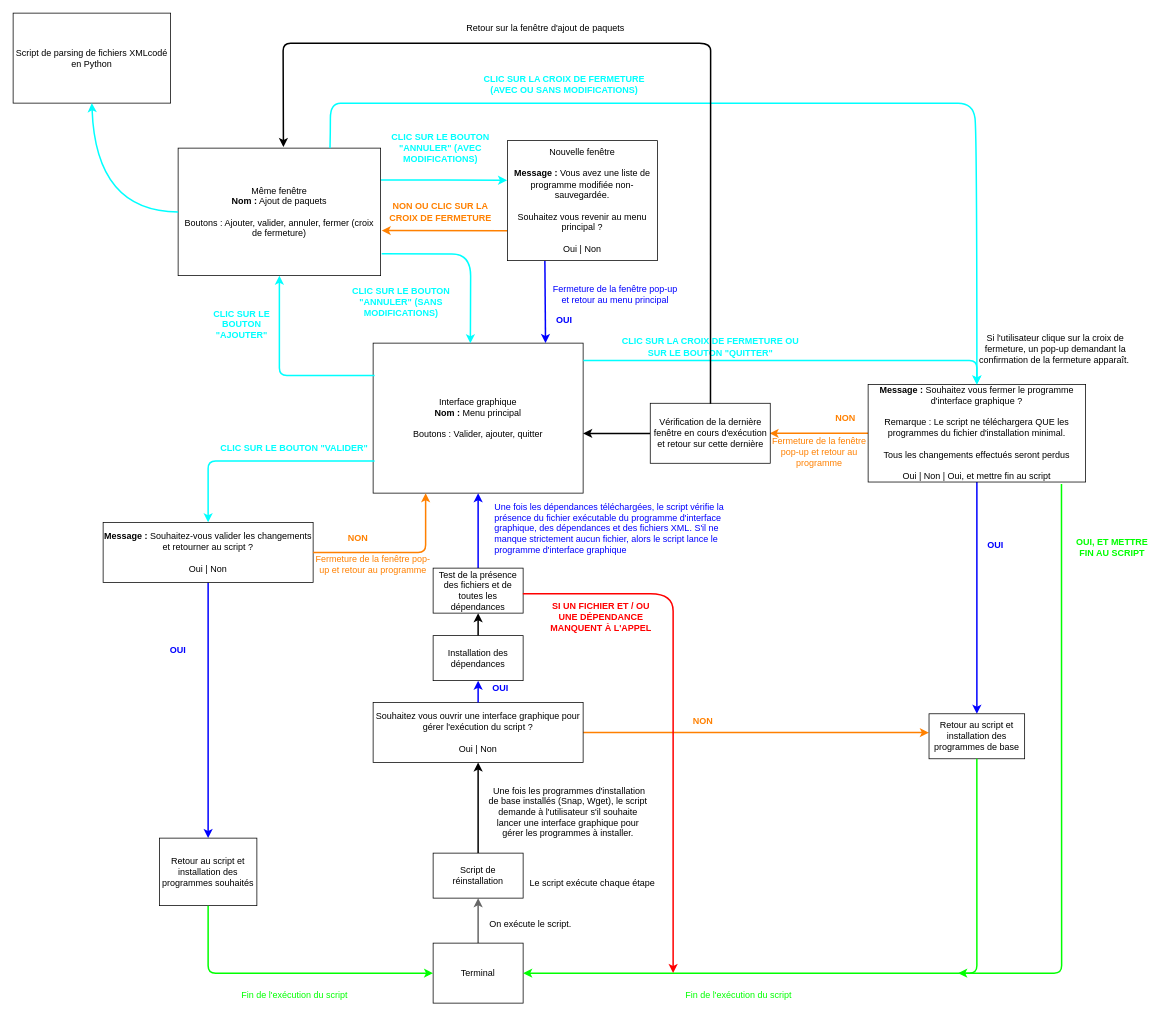
Before: Graphiques/UI/Interface graphique.drawio in DimitriObeid/Linux-reinstall, a draw.io diagram. Source tidied: cells renumbered, new cells numbered last; positions are measured from the earlier drawing's top-left corner, leaving out a move shared by most shapes. Both pictures are drawn from the tidied source at 75%, with x=0, y=0 at pixel (13, 13).
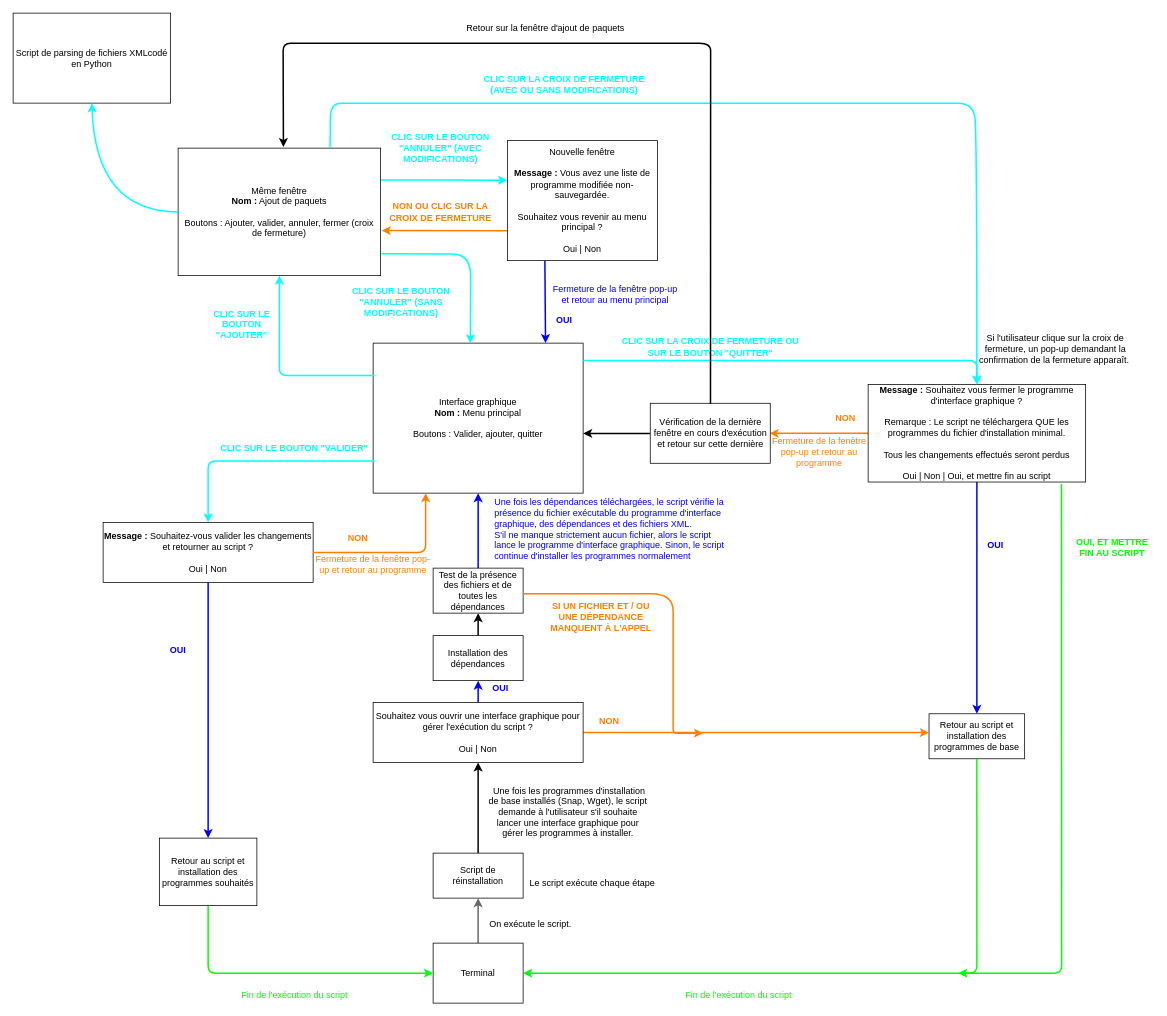
The same page after the edit.

Commit message (it also covers changes not shown here):
Légères modifications apportées sur le README et l'algorigramme de l'interface graphique

The change refers to these unchanged cells:
```xml
<mxCell id="53" value="Test de la présence des fichiers et de toutes les dépendances" style="rounded=0;whiteSpace=wrap;html=1;" parent="1" vertex="1">
  <mxGeometry x="560" y="740" width="120" height="60" as="geometry" />
</mxCell>
```

Change to the diagram source:
```diff
@@
-    <mxCell id="12" value="&lt;font color=&quot;#0000ff&quot;&gt;Une fois les dépendances téléchargées, le script vérifie la présence du fichier exécutable du programme d'interface graphique, des dépendances et des fichiers XML. S'il ne manque strictement aucun fichier, alors le script lance le programme d'interface graphique&lt;/font&gt;" style="text;html=1;strokeColor=none;fillColor=none;align=left;verticalAlign=middle;whiteSpace=wrap;rounded=0;" parent="1" vertex="1">
-      <mxGeometry x="640" y="646.5" width="310" height="80" as="geometry" />
+    <mxCell id="12" value="&lt;font color=&quot;#0000ff&quot;&gt;Une fois les dépendances téléchargées, le script vérifie la présence du fichier exécutable du programme d'interface graphique, des dépendances et des fichiers XML.&lt;br&gt;S'il ne manque strictement aucun fichier, alors le script lance le programme d'interface graphique. Sinon, le script continue d'installer les programmes normalement&lt;/font&gt;" style="text;html=1;strokeColor=none;fillColor=none;align=left;verticalAlign=middle;whiteSpace=wrap;rounded=0;" parent="1" vertex="1">
+      <mxGeometry x="640" y="646.5" width="310" height="83.5" as="geometry" />
     </mxCell>
@@
     <mxCell id="25" value="&lt;b&gt;&lt;font color=&quot;#ff8000&quot;&gt;NON&lt;/font&gt;&lt;/b&gt;" style="text;html=1;strokeColor=none;fillColor=none;align=center;verticalAlign=middle;whiteSpace=wrap;rounded=0;" parent="1" vertex="1">
-      <mxGeometry x="900" y="934" width="40" height="20" as="geometry" />
+      <mxGeometry x="775" y="934.2" width="40" height="20" as="geometry" />
     </mxCell>
@@
-    <mxCell id="54" value="&lt;b&gt;&lt;font color=&quot;#ff0000&quot;&gt;SI UN FICHIER ET / OU UNE DÉPENDANCE MANQUENT À L'APPEL&lt;/font&gt;&lt;/b&gt;" style="text;html=1;strokeColor=none;fillColor=none;align=center;verticalAlign=middle;whiteSpace=wrap;rounded=0;" parent="1" vertex="1">
+    <mxCell id="54" value="&lt;b&gt;&lt;font color=&quot;#ff8000&quot;&gt;SI UN FICHIER ET / OU UNE DÉPENDANCE MANQUENT À L'APPEL&lt;/font&gt;&lt;/b&gt;" style="text;html=1;strokeColor=none;fillColor=none;align=center;verticalAlign=middle;whiteSpace=wrap;rounded=0;" parent="1" vertex="1">
       <mxGeometry x="709" y="779" width="150" height="51" as="geometry" />
     </mxCell>
@@
-    <mxCell id="60" style="curved=1;endArrow=classic;html=1;strokeColor=#FF0000;strokeWidth=2;exitX=0.997;exitY=0.569;exitDx=0;exitDy=0;exitPerimeter=0;" parent="1" edge="1" source="53">
+    <mxCell id="60" style="curved=1;endArrow=classic;html=1;strokeColor=#FF8000;strokeWidth=2;exitX=0.997;exitY=0.569;exitDx=0;exitDy=0;exitPerimeter=0;" parent="1" edge="1" source="53">
       <mxGeometry relative="1" as="geometry">
-        <mxPoint x="880" y="1280" as="targetPoint" />
+        <mxPoint x="920" y="960" as="targetPoint" />
         <Array as="points">
           <mxPoint x="820" y="774" />
           <mxPoint x="880" y="774" />
           <mxPoint x="880" y="820" />
+          <mxPoint x="880" y="950" />
+          <mxPoint x="880" y="960" />
+          <mxPoint x="890" y="960" />
         </Array>
       </mxGeometry>
     </mxCell>
```
